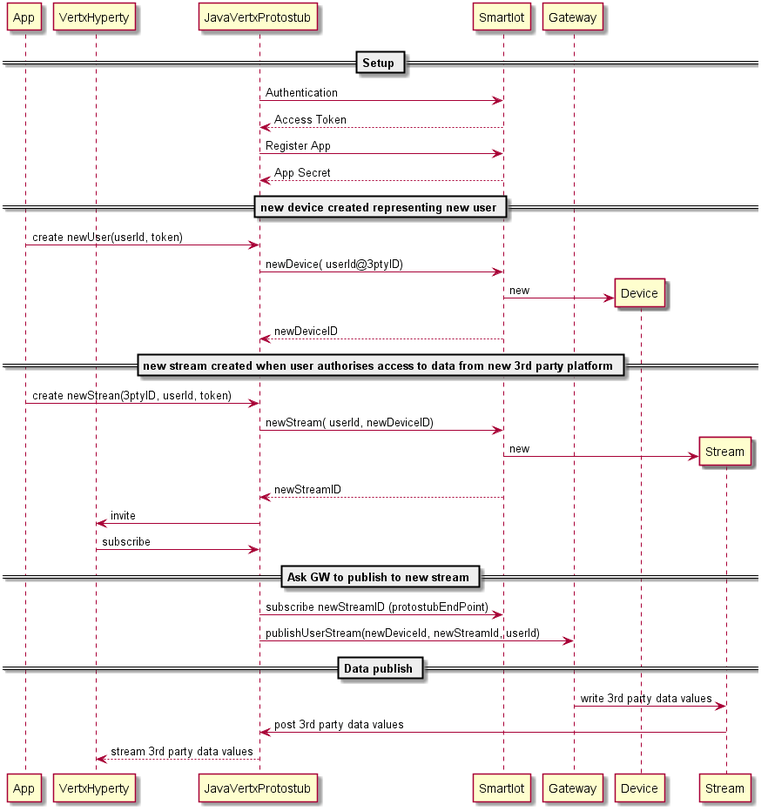
Before: docs/smart-iot/smart-iot.png, a diagram exported from PlantUML (reTHINK-project/dev-protostubs). Its source is kept beside it as docs/smart-iot/smart-iot.plantuml. Its diagram source:
```plantuml
@startuml

participant App
participant VertxHyperty
participant JavaVertxProtostub
participant SmartIot
participant Gateway
participant Device
participant Stream

== Setup ==

SmartIot <- JavaVertxProtostub : Authentication

SmartIot --> JavaVertxProtostub : Access Token

SmartIot <- JavaVertxProtostub : Register App

SmartIot --> JavaVertxProtostub : App Secret

== new device created representing new user ==

App -> JavaVertxProtostub : create newUser(userId, token)

SmartIot <- JavaVertxProtostub : newDevice( userId@3ptyID)

create Device
SmartIot -> Device : new

SmartIot --> JavaVertxProtostub : newDeviceID

== new stream created when user authorises access to data from new 3rd party platform ==

App -> JavaVertxProtostub : create newStrean(3ptyID, userId, token)

SmartIot <- JavaVertxProtostub : newStream( userId, newDeviceID)



create Stream
SmartIot -> Stream : new

SmartIot --> JavaVertxProtostub : newStreamID

VertxHyperty <- JavaVertxProtostub : invite

VertxHyperty -> JavaVertxProtostub : subscribe

== Ask GW to publish to new stream ==

JavaVertxProtostub -> SmartIot : subscribe newStreamID (protostubEndPoint)

JavaVertxProtostub -> Gateway : publishUserStream(newDeviceId, newStreamId, userId)


== Data publish ==

Gateway -> Stream : write 3rd party data values

Stream -> JavaVertxProtostub : post 3rd party data values

VertxHyperty <-- JavaVertxProtostub : stream 3rd party data values

@enduml
```
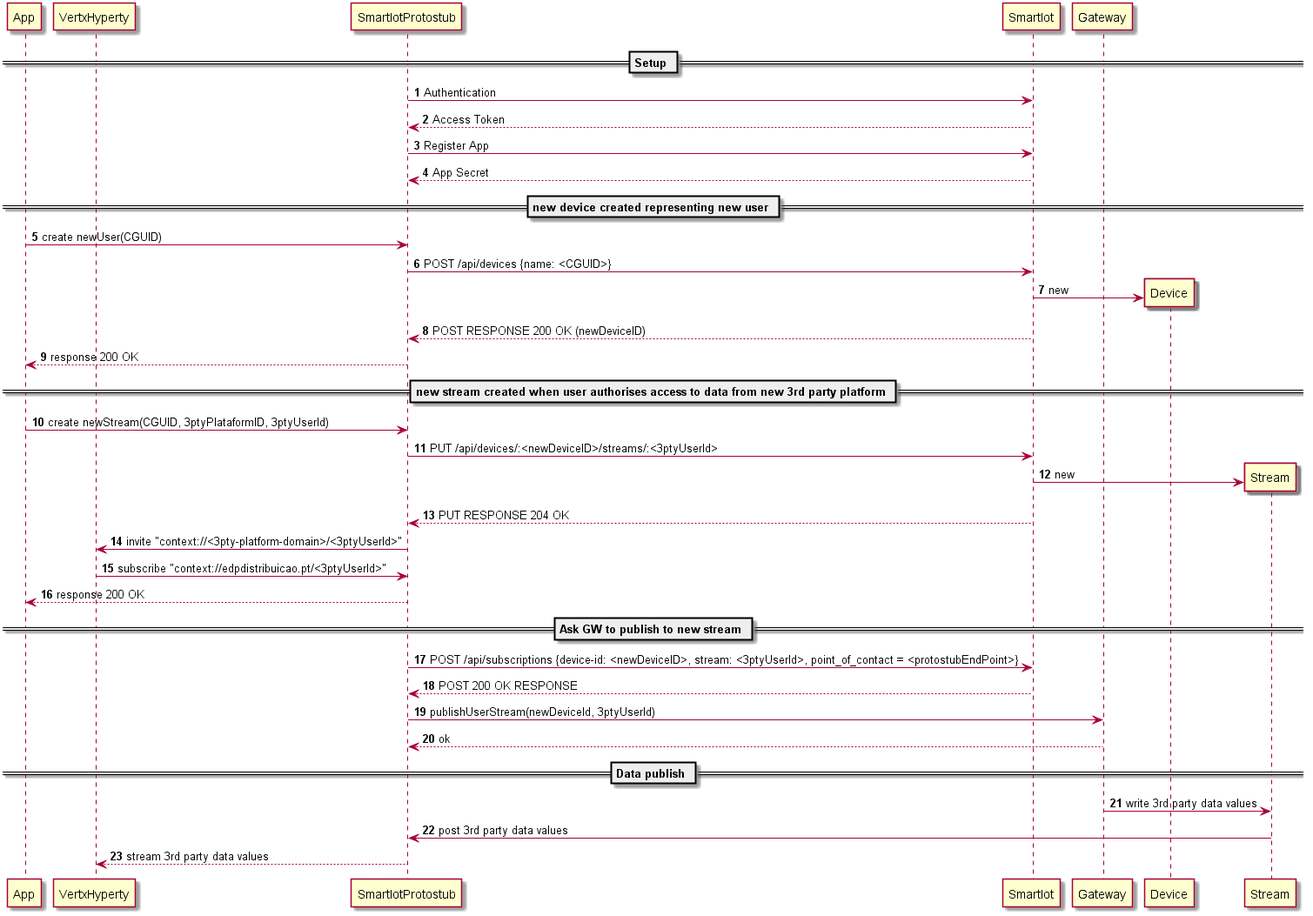
Later version of the same file.

Commit message:
Smart IoT Stub specs update

What changed in the source:
```diff
@@ -1,8 +1,8 @@
 @startuml
-
+autonumber
 participant App
 participant VertxHyperty
-participant JavaVertxProtostub
+participant SmartIotProtostub
 participant SmartIot
 participant Gateway
 participant Device
@@ -10,55 +10,61 @@
 
 == Setup ==
 
-SmartIot <- JavaVertxProtostub : Authentication
+SmartIot <- SmartIotProtostub : Authentication
 
-SmartIot --> JavaVertxProtostub : Access Token
+SmartIot --> SmartIotProtostub : Access Token
 
-SmartIot <- JavaVertxProtostub : Register App
+SmartIot <- SmartIotProtostub : Register App
 
-SmartIot --> JavaVertxProtostub : App Secret
+SmartIot --> SmartIotProtostub : App Secret
 
 == new device created representing new user ==
 
-App -> JavaVertxProtostub : create newUser(userId, token)
+App -> SmartIotProtostub : create newUser(CGUID)
 
-SmartIot <- JavaVertxProtostub : newDevice( userId@3ptyID)
+SmartIot <- SmartIotProtostub : POST /api/devices {name: <CGUID>}
 
 create Device
 SmartIot -> Device : new
 
-SmartIot --> JavaVertxProtostub : newDeviceID
+SmartIot --> SmartIotProtostub : POST RESPONSE 200 OK (newDeviceID)
+
+App <-- SmartIotProtostub : response 200 OK
 
 == new stream created when user authorises access to data from new 3rd party platform ==
 
-App -> JavaVertxProtostub : create newStrean(3ptyID, userId, token)
+App -> SmartIotProtostub : create newStream(CGUID, 3ptyPlataformID, 3ptyUserId)
 
-SmartIot <- JavaVertxProtostub : newStream( userId, newDeviceID)
-
-
+SmartIot <- SmartIotProtostub : PUT /api/devices/:<newDeviceID>/streams/:<3ptyUserId>
 
 create Stream
 SmartIot -> Stream : new
 
-SmartIot --> JavaVertxProtostub : newStreamID
+SmartIot --> SmartIotProtostub : PUT RESPONSE 204 OK
 
-VertxHyperty <- JavaVertxProtostub : invite
+VertxHyperty <- SmartIotProtostub : invite "context://<3pty-platform-domain>/<3ptyUserId>"
 
-VertxHyperty -> JavaVertxProtostub : subscribe
+VertxHyperty -> SmartIotProtostub : subscribe "context://edpdistribuicao.pt/<3ptyUserId>"
+
+App <-- SmartIotProtostub : response 200 OK
+
 
 == Ask GW to publish to new stream ==
 
-JavaVertxProtostub -> SmartIot : subscribe newStreamID (protostubEndPoint)
+SmartIotProtostub -> SmartIot : POST /api/subscriptions {device-id: <newDeviceID>, stream: <3ptyUserId>, point_of_contact = <protostubEndPoint>}
 
-JavaVertxProtostub -> Gateway : publishUserStream(newDeviceId, newStreamId, userId)
+SmartIotProtostub <-- SmartIot : POST 200 OK RESPONSE
 
+SmartIotProtostub -> Gateway : publishUserStream(newDeviceId, 3ptyUserId)
+
+SmartIotProtostub <-- Gateway : ok
 
 == Data publish ==
 
 Gateway -> Stream : write 3rd party data values
 
-Stream -> JavaVertxProtostub : post 3rd party data values
+Stream -> SmartIotProtostub : post 3rd party data values
 
-VertxHyperty <-- JavaVertxProtostub : stream 3rd party data values
+VertxHyperty <-- SmartIotProtostub : stream 3rd party data values
 
 @enduml
```
